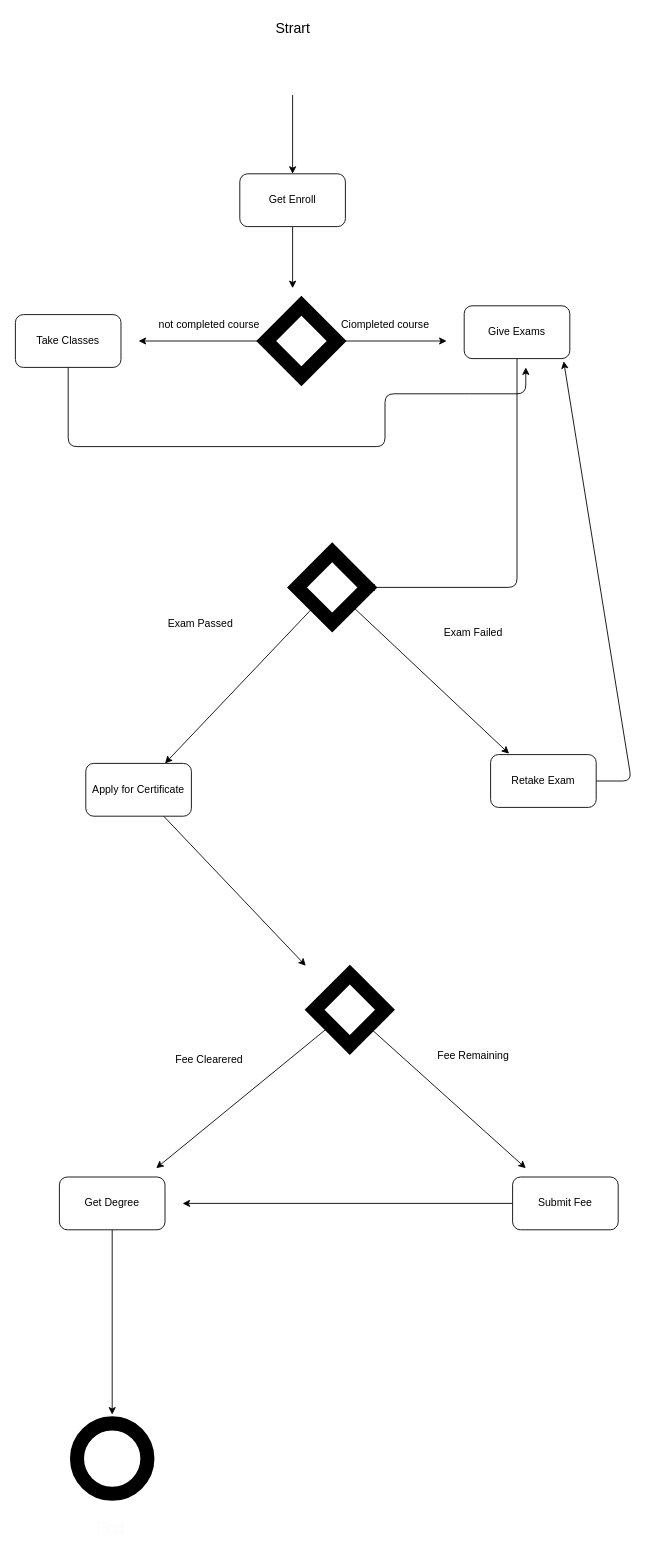
Above: activity_diagram.drawio in Zimmad/blood_don_system (draw.io), before the change. Source tidied: cells renumbered, new cells numbered last; positions are measured from the earlier drawing's top-left corner, leaving out a move shared by most shapes. Both pictures are drawn from the tidied source at 88%, with x=0, y=0 at pixel (15, 15).
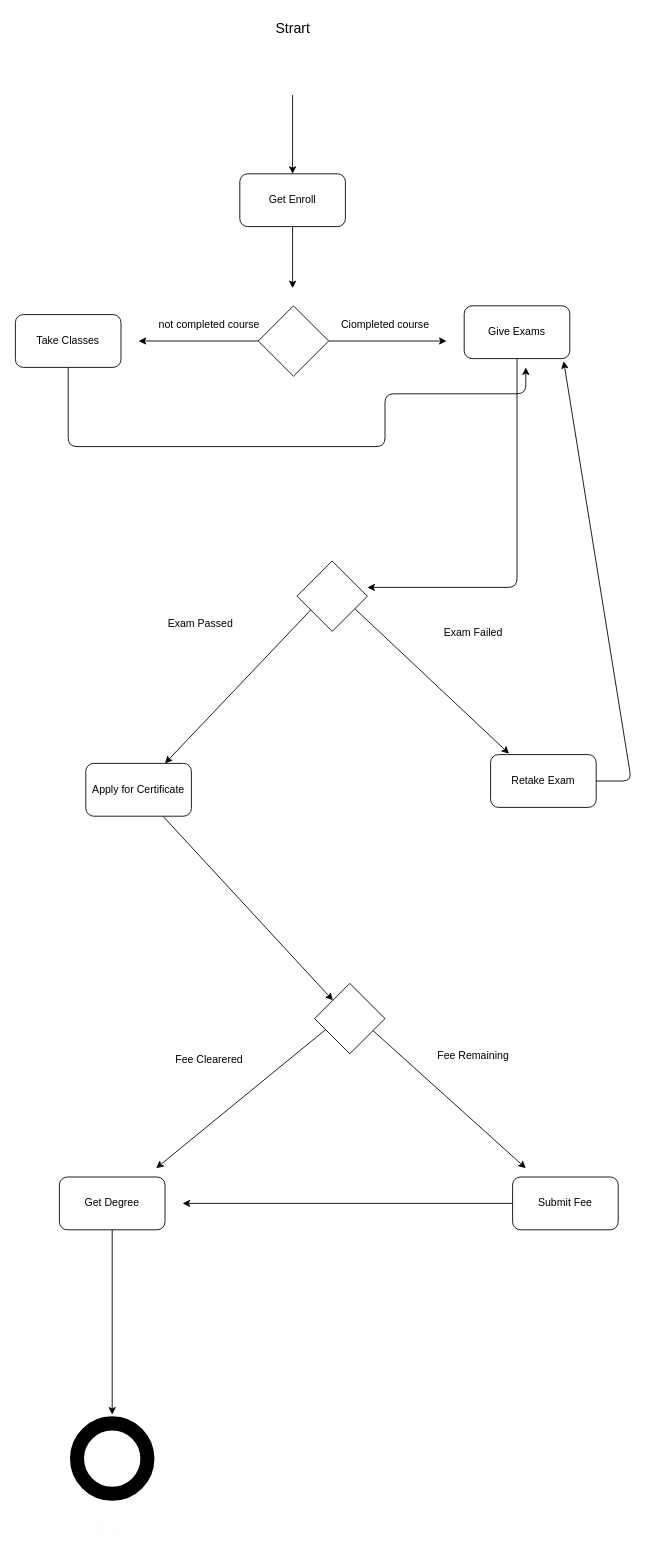
Above is the later version.

Unchanged cells that the change refers to:
```xml
<mxCell id="5" value="Give Exams" style="rounded=1;whiteSpace=wrap;html=1;" parent="1" vertex="1">
  <mxGeometry x="510" y="330" width="120" height="60" as="geometry" />
</mxCell>
<mxCell id="9" value="Apply for Certificate" style="rounded=1;whiteSpace=wrap;html=1;" parent="1" vertex="1">
  <mxGeometry x="80" y="850" width="120" height="60" as="geometry" />
</mxCell>
<mxCell id="11" value="Retake Exam" style="rounded=1;whiteSpace=wrap;html=1;" parent="1" vertex="1">
  <mxGeometry x="540" y="840" width="120" height="60" as="geometry" />
</mxCell>
```

The edit, as a diff of the source:
```diff
@@
-    <mxCell id="4" style="edgeStyle=none;html=1;fontSize=12;" parent="1" edge="1" source="5" target="26">
+    <mxCell id="4" style="edgeStyle=none;html=1;fontSize=12;" parent="1" edge="1" source="5">
       <mxGeometry relative="1" as="geometry">
+        <mxPoint x="400" y="650" as="targetPoint" />
         <Array as="points">
           <mxPoint x="570" y="650" />
         </Array>
       </mxGeometry>
     </mxCell>
@@
-    <mxCell id="8" style="edgeStyle=none;html=1;fontSize=12;" parent="1" edge="1" source="9">
-      <mxGeometry relative="1" as="geometry">
-        <mxPoint x="330" y="1080" as="targetPoint" />
-      </mxGeometry>
+    <mxCell id="8" style="edgeStyle=none;html=1;fontSize=12;" parent="1" edge="1" source="9" target="37">
+      <mxGeometry relative="1" as="geometry" />
     </mxCell>
@@
-    <mxCell id="19" style="edgeStyle=none;html=1;fontSize=31;" parent="1" edge="1" source="21">
+    <mxCell id="19" style="edgeStyle=none;html=1;fontSize=31;" parent="1" edge="1">
       <mxGeometry relative="1" as="geometry">
+        <mxPoint x="285" y="370" as="sourcePoint" />
         <mxPoint x="140" y="370" as="targetPoint" />
       </mxGeometry>
     </mxCell>
-    <mxCell id="20" style="edgeStyle=none;html=1;fontSize=31;" parent="1" edge="1" source="21">
+    <mxCell id="20" style="edgeStyle=none;html=1;fontSize=31;exitX=1;exitY=0.5;exitDx=0;exitDy=0;" parent="1" edge="1" source="36">
       <mxGeometry relative="1" as="geometry">
         <mxPoint x="490" y="370" as="targetPoint" />
       </mxGeometry>
     </mxCell>
-    <mxCell id="21" style="rhombus;whiteSpace=wrap;html=1;labelBackgroundColor=#FCFCFC;strokeWidth=16;fontSize=31;" parent="1" vertex="1">
-      <mxGeometry x="285" y="330" width="80" height="80" as="geometry" />
-    </mxCell>
@@
-    <mxCell id="24" style="edgeStyle=none;html=1;entryX=0.175;entryY=-0.017;entryDx=0;entryDy=0;entryPerimeter=0;fontSize=12;" parent="1" edge="1" source="26" target="11">
-      <mxGeometry relative="1" as="geometry" />
+    <mxCell id="24" style="edgeStyle=none;html=1;entryX=0.175;entryY=-0.017;entryDx=0;entryDy=0;entryPerimeter=0;fontSize=12;" parent="1" edge="1" target="11">
+      <mxGeometry relative="1" as="geometry">
+        <mxPoint x="380.6" y="669.4" as="sourcePoint" />
+      </mxGeometry>
     </mxCell>
-    <mxCell id="25" style="edgeStyle=none;html=1;entryX=0.75;entryY=0;entryDx=0;entryDy=0;fontSize=12;" parent="1" edge="1" source="26" target="9">
-      <mxGeometry relative="1" as="geometry" />
+    <mxCell id="25" style="edgeStyle=none;html=1;entryX=0.75;entryY=0;entryDx=0;entryDy=0;fontSize=12;" parent="1" edge="1" target="9">
+      <mxGeometry relative="1" as="geometry">
+        <mxPoint x="340.5" y="670.5" as="sourcePoint" />
+      </mxGeometry>
     </mxCell>
-    <mxCell id="26" style="rhombus;whiteSpace=wrap;html=1;labelBackgroundColor=#FCFCFC;strokeWidth=16;fontSize=12;" parent="1" vertex="1">
-      <mxGeometry x="320" y="610" width="80" height="80" as="geometry" />
-    </mxCell>
@@
-    <mxCell id="29" style="edgeStyle=none;html=1;fontSize=12;" parent="1" edge="1" source="31">
+    <mxCell id="29" style="edgeStyle=none;html=1;fontSize=12;" parent="1" edge="1">
       <mxGeometry relative="1" as="geometry">
+        <mxPoint x="358" y="1148" as="sourcePoint" />
         <mxPoint x="160" y="1310" as="targetPoint" />
       </mxGeometry>
     </mxCell>
-    <mxCell id="30" style="edgeStyle=none;html=1;fontSize=12;" parent="1" edge="1" source="31">
+    <mxCell id="30" style="edgeStyle=none;html=1;fontSize=12;" parent="1" edge="1">
       <mxGeometry relative="1" as="geometry">
+        <mxPoint x="401.1" y="1148.9" as="sourcePoint" />
         <mxPoint x="580" y="1310" as="targetPoint" />
       </mxGeometry>
     </mxCell>
-    <mxCell id="31" style="rhombus;whiteSpace=wrap;html=1;labelBackgroundColor=#FCFCFC;strokeWidth=16;fontSize=12;" parent="1" vertex="1">
-      <mxGeometry x="340" y="1090" width="80" height="80" as="geometry" />
-    </mxCell>
@@
+    <mxCell id="36" style="rhombus;whiteSpace=wrap;html=1;" parent="1" vertex="1">
+      <mxGeometry x="276" y="330" width="80" height="80" as="geometry" />
+    </mxCell>
+    <mxCell id="37" style="rhombus;whiteSpace=wrap;html=1;" parent="1" vertex="1">
+      <mxGeometry x="340" y="1100" width="80" height="80" as="geometry" />
+    </mxCell>
+    <mxCell id="38" style="rhombus;whiteSpace=wrap;html=1;" parent="1" vertex="1">
+      <mxGeometry x="320" y="620" width="80" height="80" as="geometry" />
+    </mxCell>
```
